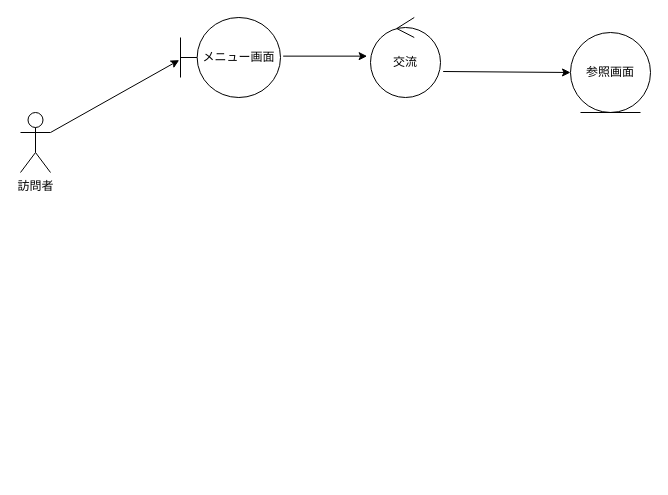
The draw.io diagram group/07_web_visitor/ロバストネス図/robustness_02_index.drawio in ko246/ohara_uml, before the edit. Source tidied: cells renumbered, new cells numbered last; positions are measured from the earlier drawing's top-left corner, leaving out a move shared by most shapes. Both pictures are drawn from the tidied source at 100%, with x=0, y=0 at pixel (20, 17).
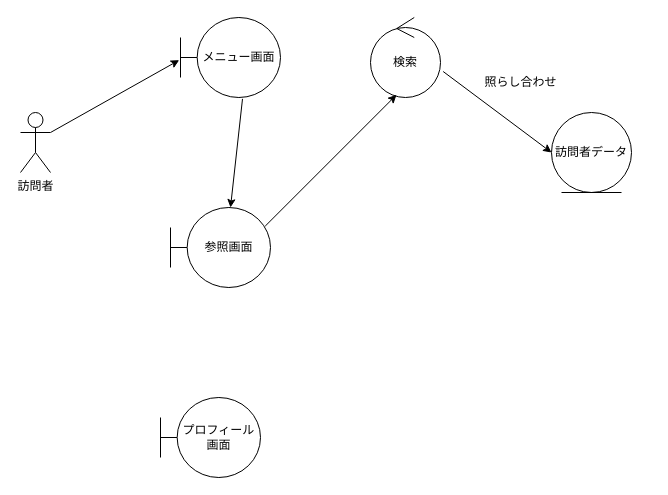
The same diagram, later.

Change to the diagram source:
```diff
@@
 <mxGraphModel>
   <root>
     <mxCell id="0" />
     <mxCell id="1" parent="0" />
     <mxCell id="2" value="訪問者" style="shape=umlActor;verticalLabelPosition=bottom;verticalAlign=top;html=1;" parent="1" vertex="1">
       <mxGeometry y="95" width="30" height="60" as="geometry" />
     </mxCell>
     <mxCell id="3" value="メニュー画面" style="shape=umlBoundary;whiteSpace=wrap;html=1;" parent="1" vertex="1">
       <mxGeometry x="160" width="100" height="80" as="geometry" />
     </mxCell>
     <mxCell id="4" style="endArrow=classic;html=1;entryX=-0.013;entryY=0.533;entryDx=0;entryDy=0;entryPerimeter=0;exitX=1;exitY=0.3333333333333333;exitDx=0;exitDy=0;exitPerimeter=0;" parent="1" edge="1" source="2" target="3">
       <mxGeometry relative="1" as="geometry" />
     </mxCell>
-    <mxCell id="5" value="交流" style="ellipse;shape=umlControl;whiteSpace=wrap;html=1;" parent="1" vertex="1">
+    <mxCell id="5" value="検索" style="ellipse;shape=umlControl;whiteSpace=wrap;html=1;" parent="1" vertex="1">
       <mxGeometry x="350" width="70" height="80" as="geometry" />
     </mxCell>
-    <mxCell id="6" style="endArrow=classic;html=1;entryX=-0.048;entryY=0.483;entryDx=0;entryDy=0;entryPerimeter=0;exitX=1.027;exitY=0.483;exitDx=0;exitDy=0;exitPerimeter=0;" parent="1" edge="1" source="3" target="5">
+    <mxCell id="6" style="endArrow=classic;html=1;entryX=0.371;entryY=0.967;entryDx=0;entryDy=0;entryPerimeter=0;exitX=0.947;exitY=0.233;exitDx=0;exitDy=0;exitPerimeter=0;" parent="1" edge="1" source="10" target="5">
       <mxGeometry relative="1" as="geometry" />
     </mxCell>
-    <mxCell id="7" value="参照画面" style="ellipse;shape=umlEntity;whiteSpace=wrap;html=1;" parent="1" vertex="1">
-      <mxGeometry x="550" y="15" width="80" height="80" as="geometry" />
+    <mxCell id="7" value="訪問者データ" style="ellipse;shape=umlEntity;whiteSpace=wrap;html=1;" parent="1" vertex="1">
+      <mxGeometry x="531" y="95" width="80" height="80" as="geometry" />
     </mxCell>
     <mxCell id="8" style="endArrow=classic;html=1;entryX=0;entryY=0.5;entryDx=0;entryDy=0;exitX=1.038;exitY=0.675;exitDx=0;exitDy=0;exitPerimeter=0;" parent="1" edge="1" source="5" target="7">
       <mxGeometry relative="1" as="geometry" />
     </mxCell>
+    <mxCell id="9" value="プロフィール画面" style="shape=umlBoundary;whiteSpace=wrap;html=1;" parent="1" vertex="1">
+      <mxGeometry x="140" y="380" width="100" height="80" as="geometry" />
+    </mxCell>
+    <mxCell id="10" value="参照画面" style="shape=umlBoundary;whiteSpace=wrap;html=1;fontStyle=0;" parent="1" vertex="1">
+      <mxGeometry x="150" y="190" width="100" height="80" as="geometry" />
+    </mxCell>
+    <mxCell id="11" style="endArrow=classic;html=1;entryX=0.6;entryY=0;entryDx=0;entryDy=0;entryPerimeter=0;exitX=0.62;exitY=1.017;exitDx=0;exitDy=0;exitPerimeter=0;" parent="1" edge="1" source="3" target="10">
+      <mxGeometry relative="1" as="geometry" />
+    </mxCell>
+    <mxCell id="12" value="照らし合わせ" style="text;html=1;align=center;verticalAlign=middle;strokeColor=none;fillColor=none;" parent="1" vertex="1">
+      <mxGeometry x="450" y="50" width="100" height="30" as="geometry" />
+    </mxCell>
   </root>
 </mxGraphModel>
```
